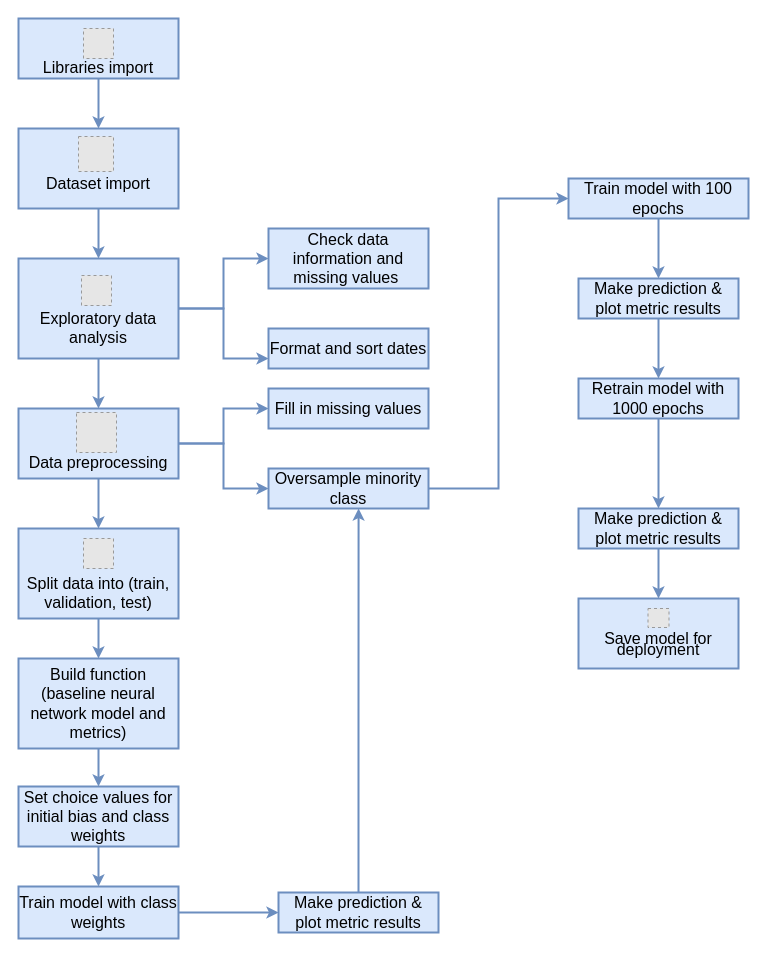
Above: page "Copy of Page-2" (2 of 5) of Untitled Diagram.drawio in absheriff/charts (draw.io), before the change. Source tidied: cells renumbered, new cells numbered last; positions are measured from the earlier drawing's top-left corner, leaving out a move shared by most shapes. Both pictures are drawn from the tidied source at 100%, with x=0, y=0 at pixel (18, 18). Pictures stored in the file or linked from it are replaced by grey dashed boxes.
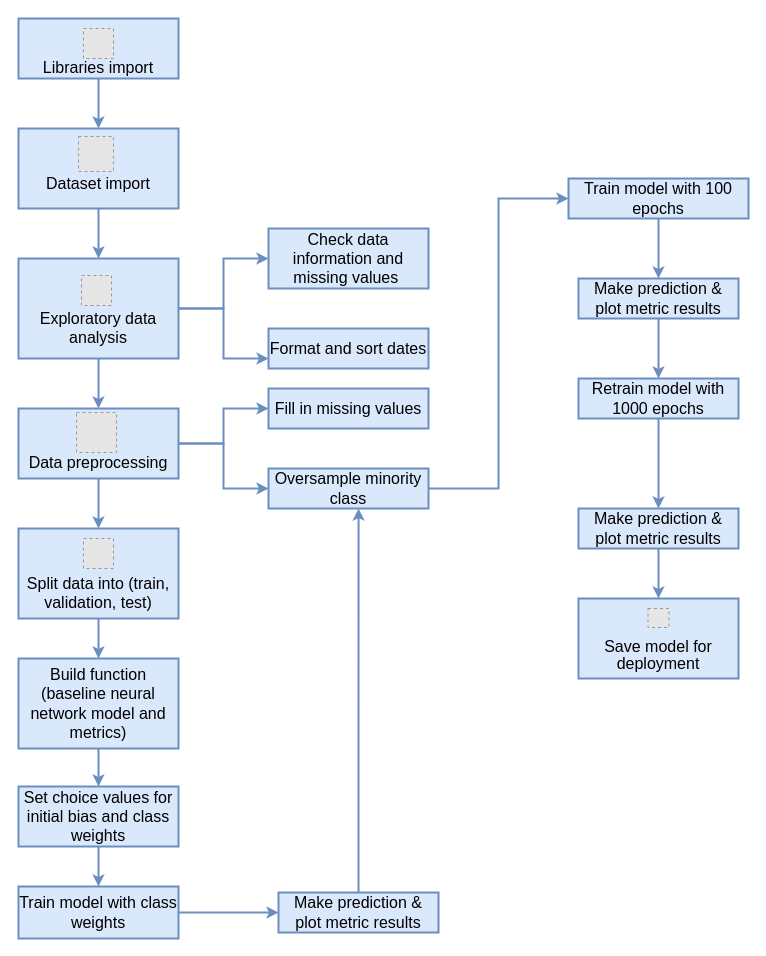
The same page after the edit.

What changed in the source:
```diff
@@
-    <mxCell id="37" value="&lt;p style=&quot;line-height: 90%;&quot;&gt;&lt;span style=&quot;font-size: 16px;&quot;&gt;&lt;br&gt;&lt;br&gt;Save model for deployment&lt;/span&gt;&lt;/p&gt;" style="rounded=0;whiteSpace=wrap;html=1;arcSize=17;shadow=0;strokeWidth=2;labelBackgroundColor=none;fillColor=#dae8fc;strokeColor=#6c8ebf;" parent="1" vertex="1">
-      <mxGeometry x="560" y="580" width="160" height="70" as="geometry" />
+    <mxCell id="37" value="&lt;p style=&quot;line-height: 128%;&quot;&gt;&lt;span style=&quot;font-size: 16px;&quot;&gt;&lt;br&gt;&lt;br&gt;Save model for deployment&lt;/span&gt;&lt;/p&gt;" style="rounded=0;whiteSpace=wrap;html=1;arcSize=17;shadow=0;strokeWidth=2;labelBackgroundColor=none;fillColor=#dae8fc;strokeColor=#6c8ebf;" parent="1" vertex="1">
+      <mxGeometry x="560" y="580" width="160" height="80" as="geometry" />
     </mxCell>
```
